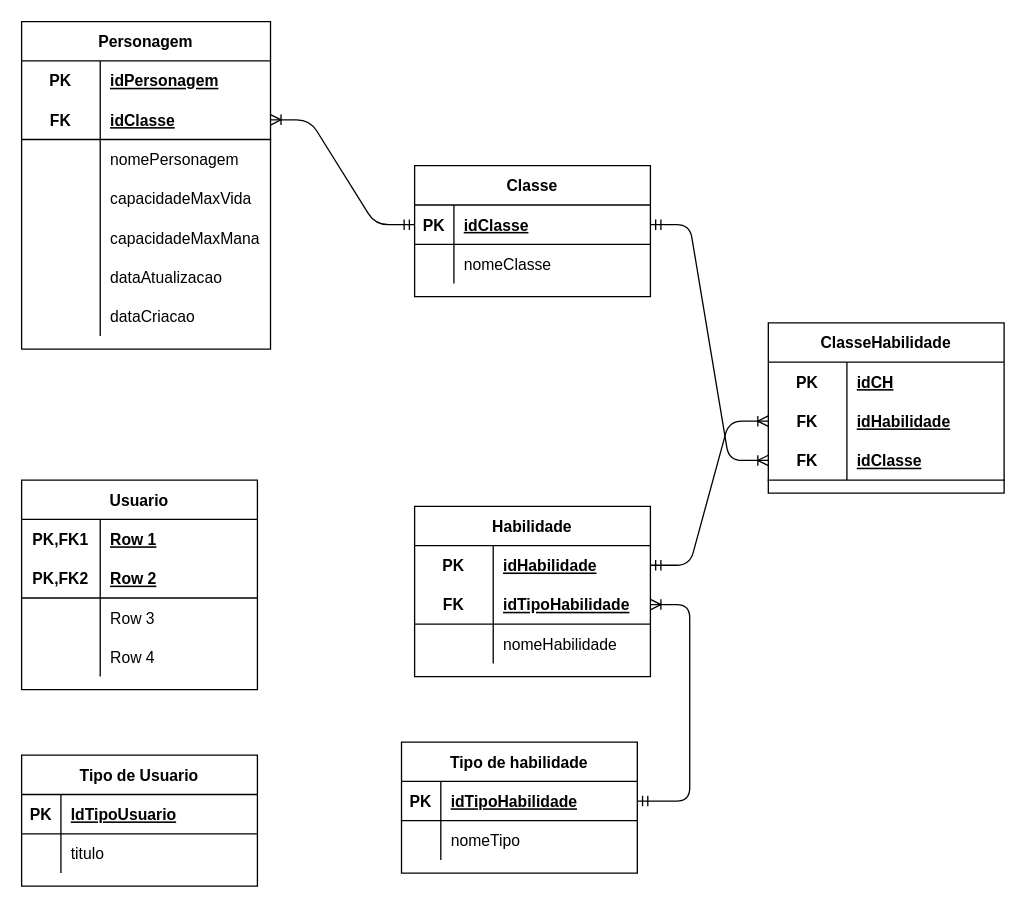
This is page "Logico" (2 of 2) of BD/Modelagem/Desafio-HROADS.drawio from Joaoopeedro/Projeto-HROADS, a draw.io file, before an edit. Source tidied: cells renumbered, new cells numbered last; positions are measured from the earlier drawing's top-left corner, leaving out a move shared by most shapes. Both pictures are drawn from the tidied source at 131%, with x=0, y=0 at pixel (21, 21).
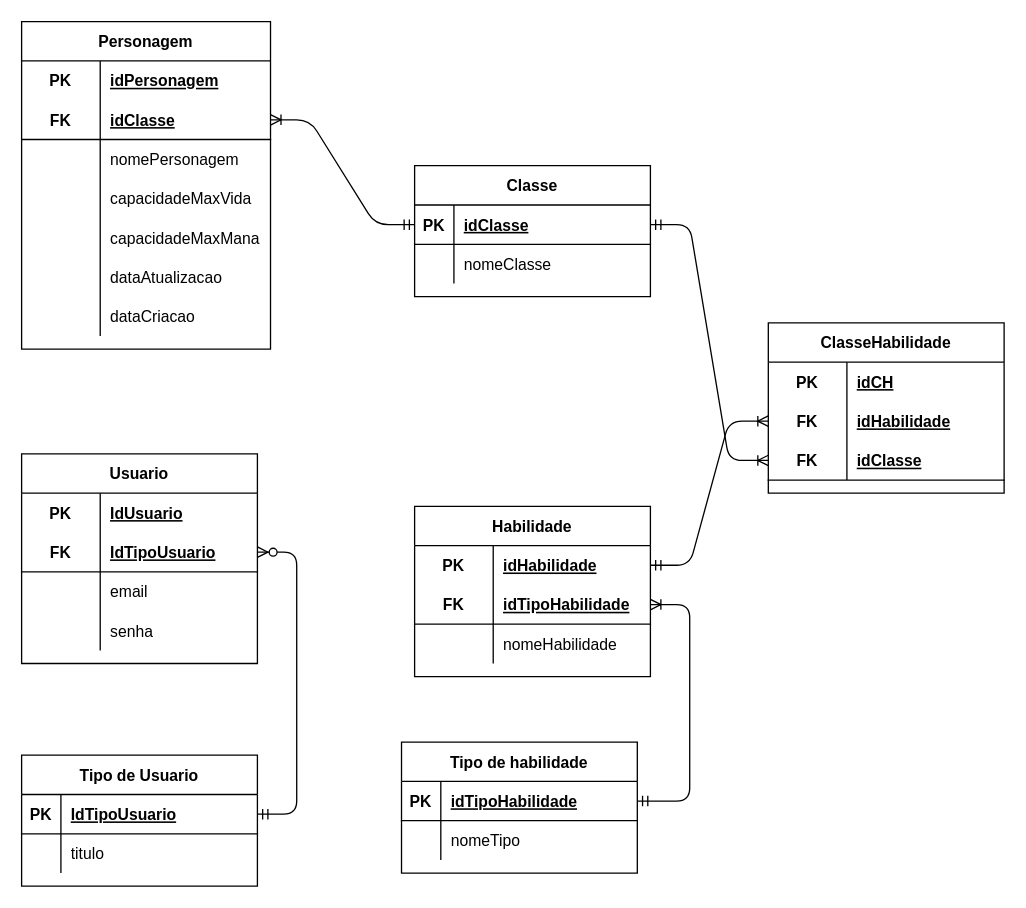
After the change.

The change refers to these unchanged cells:
```xml
<mxCell id="63" style="shape=partialRectangle;fillColor=none;top=0;left=0;bottom=1;right=0;points=[[0,0.5],[1,0.5]];portConstraint=eastwest;" parent="62" vertex="1">
  <mxGeometry y="30" width="180" height="30" as="geometry" />
</mxCell>
<mxCell id="70" style="shape=partialRectangle;fillColor=none;top=0;left=0;bottom=0;right=0;" parent="69" vertex="1">
  <mxGeometry y="30" width="180" height="30" as="geometry" />
</mxCell>
<mxCell id="73" style="shape=partialRectangle;fillColor=none;top=0;left=0;bottom=1;right=0;points=[[0,0.5],[1,0.5]];portConstraint=eastwest;" parent="69" vertex="1">
  <mxGeometry y="60" width="180" height="30" as="geometry" />
</mxCell>
<mxCell id="76" style="shape=partialRectangle;fillColor=none;top=0;left=0;bottom=0;right=0;" parent="69" vertex="1">
  <mxGeometry y="90" width="180" height="30" as="geometry" />
</mxCell>
<mxCell id="79" style="shape=partialRectangle;fillColor=none;top=0;left=0;bottom=0;right=0;" parent="69" vertex="1">
  <mxGeometry y="120" width="180" height="30" as="geometry" />
</mxCell>
```

Change to the diagram source:
```diff
@@
     <mxCell id="69" value="Usuario" style="shape=table;startSize=30;childLayout=tableLayout;rowLines=0;fontStyle=1;align=center;" parent="1" vertex="1">
-      <mxGeometry y="350" width="180" height="160" as="geometry" />
+      <mxGeometry y="330" width="180" height="160" as="geometry" />
     </mxCell>
@@
-    <mxCell id="71" value="PK,FK1" style="shape=partialRectangle;fillColor=none;top=0;left=0;bottom=0;right=0;fontStyle=1;overflow=hidden;" parent="70" vertex="1">
+    <mxCell id="71" value="PK" style="shape=partialRectangle;fillColor=none;top=0;left=0;bottom=0;right=0;fontStyle=1;overflow=hidden;" parent="70" vertex="1">
       <mxGeometry width="60" height="30" as="geometry" />
     </mxCell>
-    <mxCell id="72" value="Row 1" style="shape=partialRectangle;fillColor=none;top=0;left=0;bottom=0;right=0;align=left;spacingLeft=6;fontStyle=5;overflow=hidden;" parent="70" vertex="1">
+    <mxCell id="72" value="IdUsuario" style="shape=partialRectangle;fillColor=none;top=0;left=0;bottom=0;right=0;align=left;spacingLeft=6;fontStyle=5;overflow=hidden;" parent="70" vertex="1">
       <mxGeometry x="60" width="120" height="30" as="geometry" />
     </mxCell>
@@
-    <mxCell id="74" value="PK,FK2" style="shape=partialRectangle;fillColor=none;top=0;left=0;bottom=0;right=0;fontStyle=1;overflow=hidden;" parent="73" vertex="1">
+    <mxCell id="74" value="FK" style="shape=partialRectangle;fillColor=none;top=0;left=0;bottom=0;right=0;fontStyle=1;overflow=hidden;" parent="73" vertex="1">
       <mxGeometry width="60" height="30" as="geometry" />
     </mxCell>
-    <mxCell id="75" value="Row 2" style="shape=partialRectangle;fillColor=none;top=0;left=0;bottom=0;right=0;align=left;spacingLeft=6;fontStyle=5;overflow=hidden;" parent="73" vertex="1">
+    <mxCell id="75" value="IdTipoUsuario" style="shape=partialRectangle;fillColor=none;top=0;left=0;bottom=0;right=0;align=left;spacingLeft=6;fontStyle=5;overflow=hidden;" parent="73" vertex="1">
       <mxGeometry x="60" width="120" height="30" as="geometry" />
     </mxCell>
@@
-    <mxCell id="78" value="Row 3" style="shape=partialRectangle;fillColor=none;top=0;left=0;bottom=0;right=0;align=left;spacingLeft=6;overflow=hidden;" parent="76" vertex="1">
+    <mxCell id="78" value="email" style="shape=partialRectangle;fillColor=none;top=0;left=0;bottom=0;right=0;align=left;spacingLeft=6;overflow=hidden;" parent="76" vertex="1">
       <mxGeometry x="60" width="120" height="30" as="geometry" />
     </mxCell>
@@
-    <mxCell id="81" value="Row 4" style="shape=partialRectangle;fillColor=none;top=0;left=0;bottom=0;right=0;align=left;spacingLeft=6;overflow=hidden;" parent="79" vertex="1">
+    <mxCell id="81" value="senha" style="shape=partialRectangle;fillColor=none;top=0;left=0;bottom=0;right=0;align=left;spacingLeft=6;overflow=hidden;" parent="79" vertex="1">
       <mxGeometry x="60" width="120" height="30" as="geometry" />
     </mxCell>
+    <mxCell id="82" style="edgeStyle=entityRelationEdgeStyle;fontSize=12;html=1;endArrow=ERzeroToMany;startArrow=ERmandOne;" parent="1" edge="1" source="63" target="73">
+      <mxGeometry relative="1" as="geometry" />
+    </mxCell>
```
